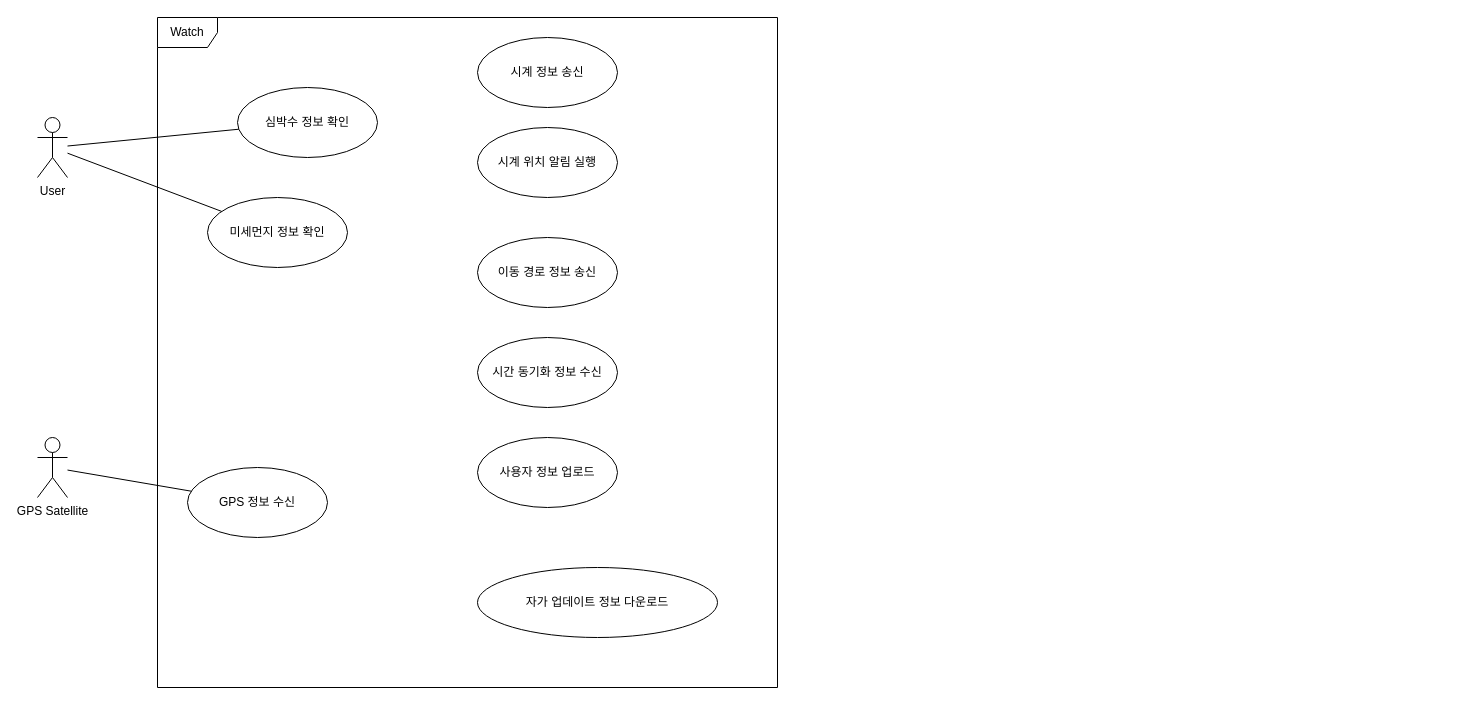
jamtings/AA keeps this draw.io diagram as Use_Case_Diagram_HOMEWORK_1.drawio. Above is the earlier version. Source tidied: cells renumbered, new cells numbered last; positions are measured from the earlier drawing's top-left corner, leaving out a move shared by most shapes. Both pictures are drawn from the tidied source at 100%, with x=0, y=0 at pixel (37, 17).
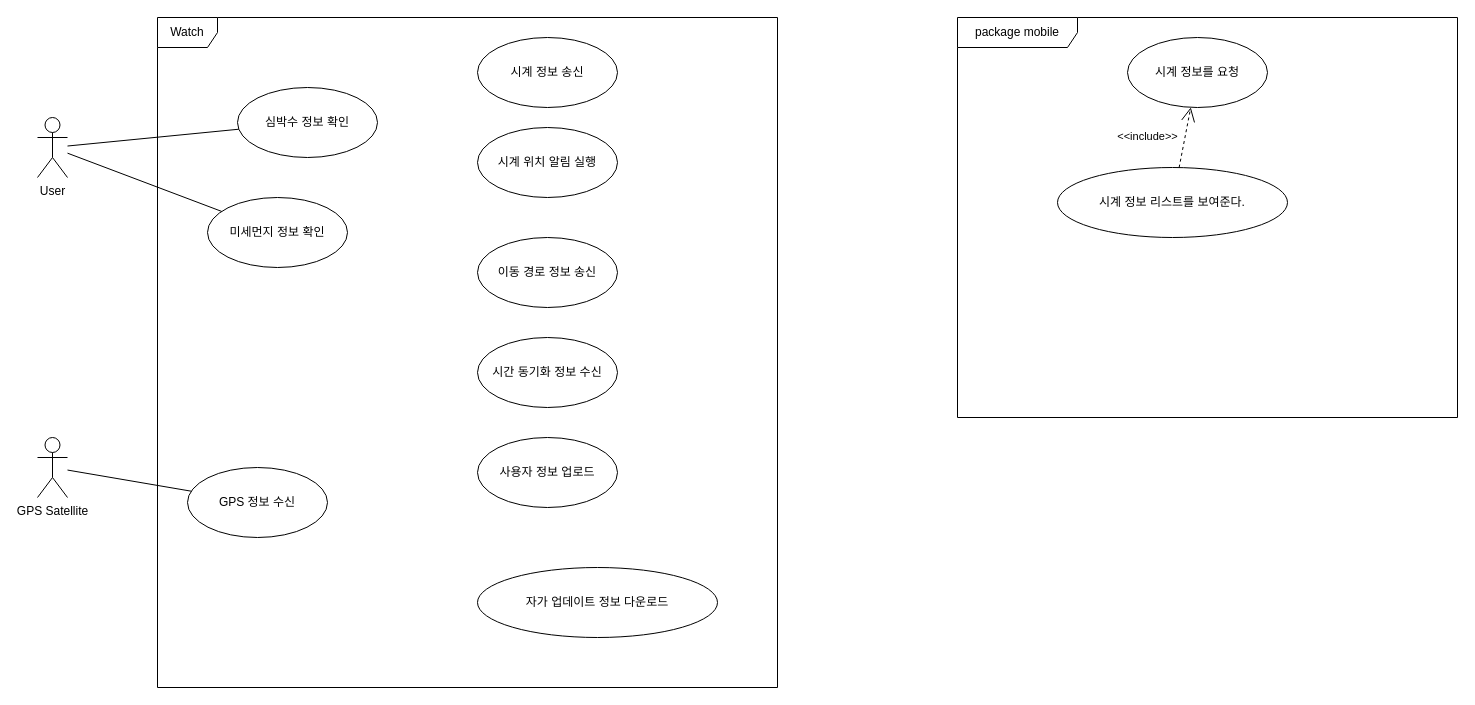
The same diagram, later.

Change to the diagram source:
```diff
@@
+    <mxCell id="17" value="package mobile" style="shape=umlFrame;whiteSpace=wrap;html=1;width=120;height=30;" parent="1" vertex="1">
+      <mxGeometry x="920" width="500" height="400" as="geometry" />
+    </mxCell>
+    <mxCell id="18" value="시계 정보를 요청" style="ellipse;whiteSpace=wrap;html=1;" parent="1" vertex="1">
+      <mxGeometry x="1090" y="20" width="140" height="70" as="geometry" />
+    </mxCell>
+    <mxCell id="19" value="시계 정보 리스트를 보여준다." style="ellipse;whiteSpace=wrap;html=1;" parent="1" vertex="1">
+      <mxGeometry x="1020" y="150" width="230" height="70" as="geometry" />
+    </mxCell>
+    <mxCell id="20" value="&amp;lt;&amp;lt;include&amp;gt;&amp;gt;" style="endArrow=open;endSize=12;dashed=1;html=1;rounded=0;" parent="1" edge="1" source="19" target="18">
+      <mxGeometry x="-0.23" y="37" relative="1" as="geometry" />
+    </mxCell>
```
